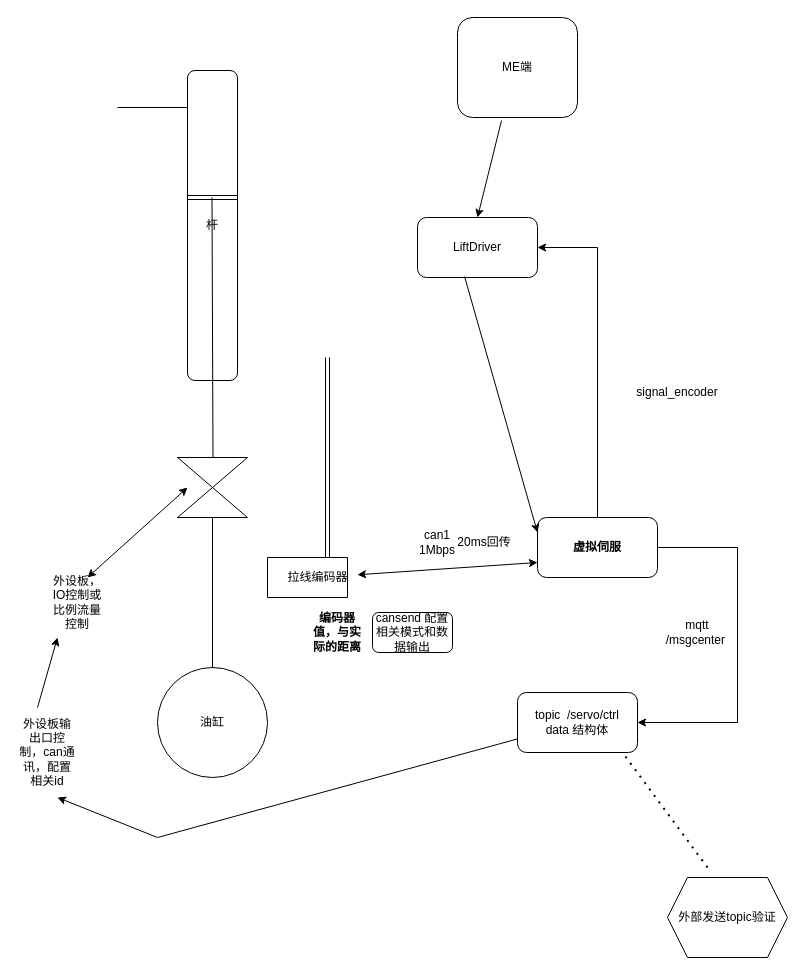
Before: liquidControl.drawio in yyjqr/IMU, a draw.io diagram. Source tidied: cells renumbered, new cells numbered last; positions are measured from the earlier drawing's top-left corner, leaving out a move shared by most shapes. Both pictures are drawn from the tidied source at 100%, with x=0, y=0 at pixel (17, 17).
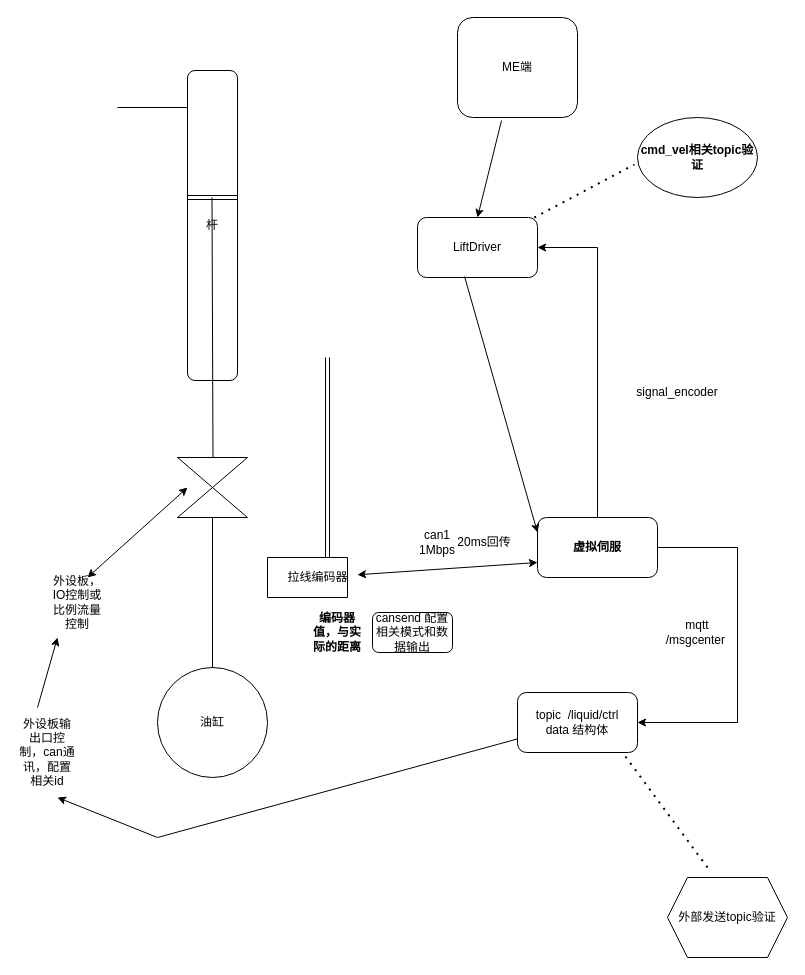
After the change.

Unchanged cells that the change refers to:
```xml
<mxCell id="27" value="LiftDriver" style="rounded=1;whiteSpace=wrap;html=1;" parent="1" vertex="1">
  <mxGeometry x="400" y="200" width="120" height="60" as="geometry" />
</mxCell>
```

What changed in the source:
```diff
@@
-    <mxCell id="20" value="topic&amp;nbsp; /servo/ctrl&lt;br&gt;data 结构体" style="rounded=1;whiteSpace=wrap;html=1;" parent="1" vertex="1">
+    <mxCell id="20" value="topic&amp;nbsp; /liquid/ctrl&lt;br&gt;data 结构体" style="rounded=1;whiteSpace=wrap;html=1;" parent="1" vertex="1">
       <mxGeometry x="500" y="675" width="120" height="60" as="geometry" />
     </mxCell>
@@
+    <mxCell id="34" value="&lt;b&gt;cmd_vel相关topic验证&lt;/b&gt;" style="ellipse;whiteSpace=wrap;html=1;" parent="1" vertex="1">
+      <mxGeometry x="620" y="100" width="120" height="80" as="geometry" />
+    </mxCell>
+    <mxCell id="35" style="endArrow=none;dashed=1;html=1;dashPattern=1 3;strokeWidth=2;rounded=0;entryX=-0.025;entryY=0.588;entryDx=0;entryDy=0;entryPerimeter=0;" parent="1" edge="1" source="27" target="34">
+      <mxGeometry relative="1" as="geometry" />
+    </mxCell>
```
